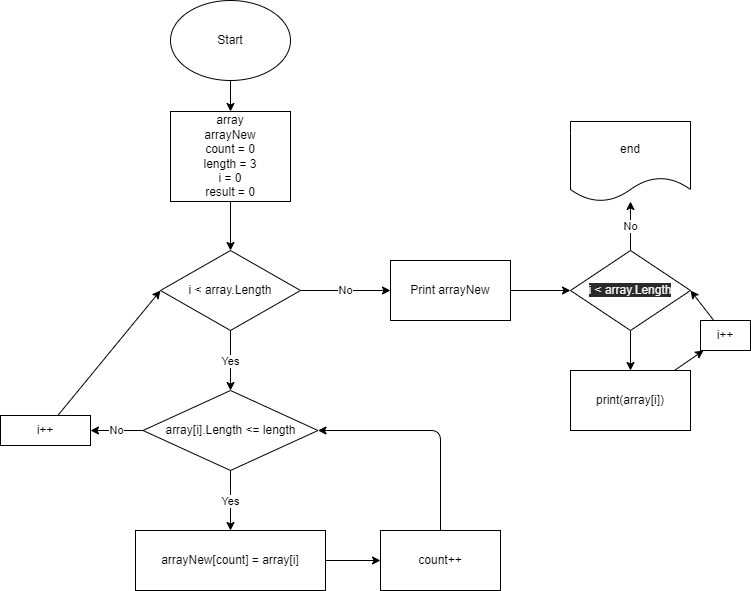
Earlier version of the draw.io export Homework/finalTest/.drawio.png (Ane4kaErm/Homework). Source tidied: cells renumbered, new cells last; positions are measured from the earlier drawing's top-left corner, leaving out a move shared by most shapes.
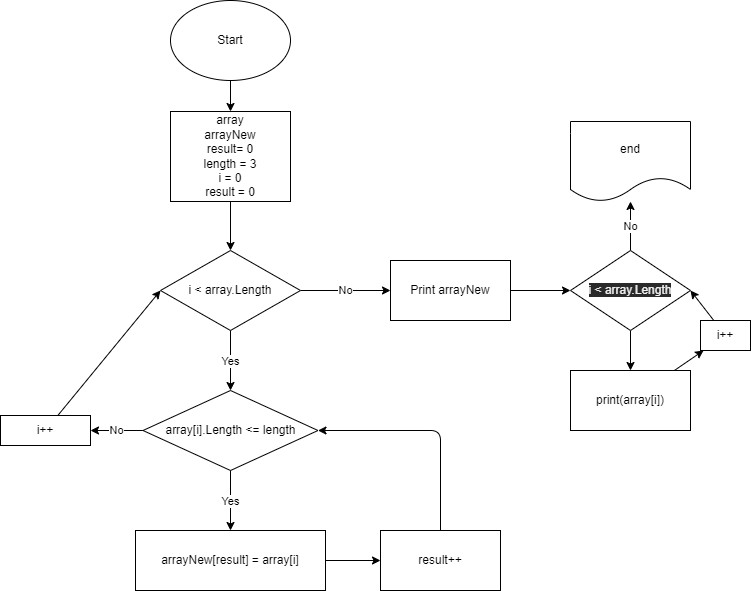
The same file after the commit.

Commit message:
flowchart ready

Diff of the diagram source:
```diff
@@ -13,7 +13,7 @@
     <mxCell id="4" style="edgeStyle=none;html=1;" parent="1" edge="1" source="5" target="8">
       <mxGeometry relative="1" as="geometry" />
     </mxCell>
-    <mxCell id="5" value="array&lt;br&gt;arrayNew&lt;br&gt;count = 0&lt;br&gt;length = 3&lt;br&gt;i = 0&lt;br&gt;result = 0" style="whiteSpace=wrap;html=1;" parent="1" vertex="1">
+    <mxCell id="5" value="array&lt;br&gt;arrayNew&lt;br&gt;result= 0&lt;br&gt;length = 3&lt;br&gt;i = 0&lt;br&gt;result = 0" style="whiteSpace=wrap;html=1;" parent="1" vertex="1">
       <mxGeometry x="170" y="111" width="120" height="90" as="geometry" />
     </mxCell>
     <mxCell id="6" value="Yes" style="edgeStyle=none;html=1;" parent="1" edge="1" source="8" target="11">
@@ -43,7 +43,7 @@
     <mxCell id="14" style="edgeStyle=none;html=1;" parent="1" edge="1" source="15" target="17">
       <mxGeometry relative="1" as="geometry" />
     </mxCell>
-    <mxCell id="15" value="arrayNew[count] = array[i]" style="whiteSpace=wrap;html=1;" parent="1" vertex="1">
+    <mxCell id="15" value="arrayNew[result] = array[i]" style="whiteSpace=wrap;html=1;" parent="1" vertex="1">
       <mxGeometry x="135" y="530" width="190" height="60" as="geometry" />
     </mxCell>
     <mxCell id="16" style="edgeStyle=none;html=1;entryX=1;entryY=0.5;entryDx=0;entryDy=0;" parent="1" edge="1" source="17" target="11">
@@ -53,7 +53,7 @@
         </Array>
       </mxGeometry>
     </mxCell>
-    <mxCell id="17" value="count++" style="whiteSpace=wrap;html=1;" parent="1" vertex="1">
+    <mxCell id="17" value="result++" style="whiteSpace=wrap;html=1;" parent="1" vertex="1">
       <mxGeometry x="380" y="530" width="120" height="60" as="geometry" />
     </mxCell>
     <mxCell id="18" style="edgeStyle=none;html=1;" parent="1" edge="1" source="19" target="22">
```
